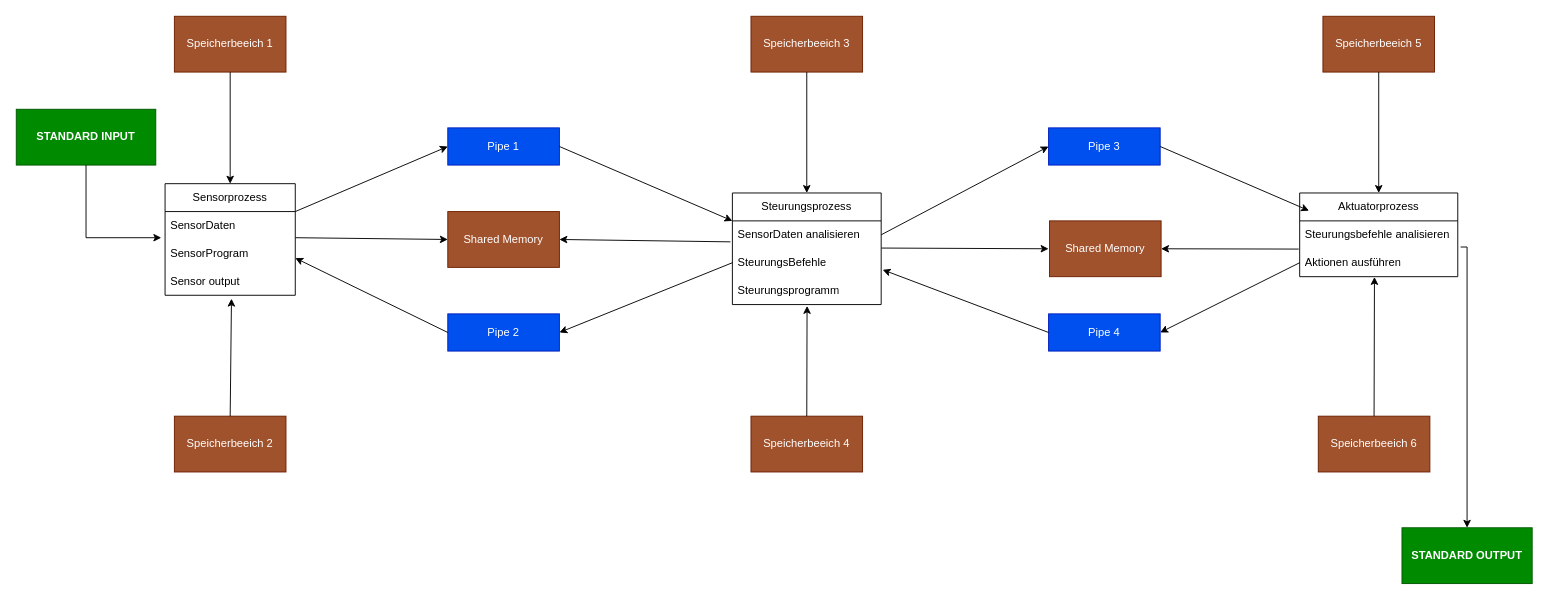
The draw.io diagram Architektur.drawio in franknganmo/sys_pro, before the edit. Source tidied: cells renumbered, new cells numbered last; positions are measured from the earlier drawing's top-left corner, leaving out a move shared by most shapes. Both pictures are drawn from the tidied source at 93%, with x=0, y=0 at pixel (16, 16).
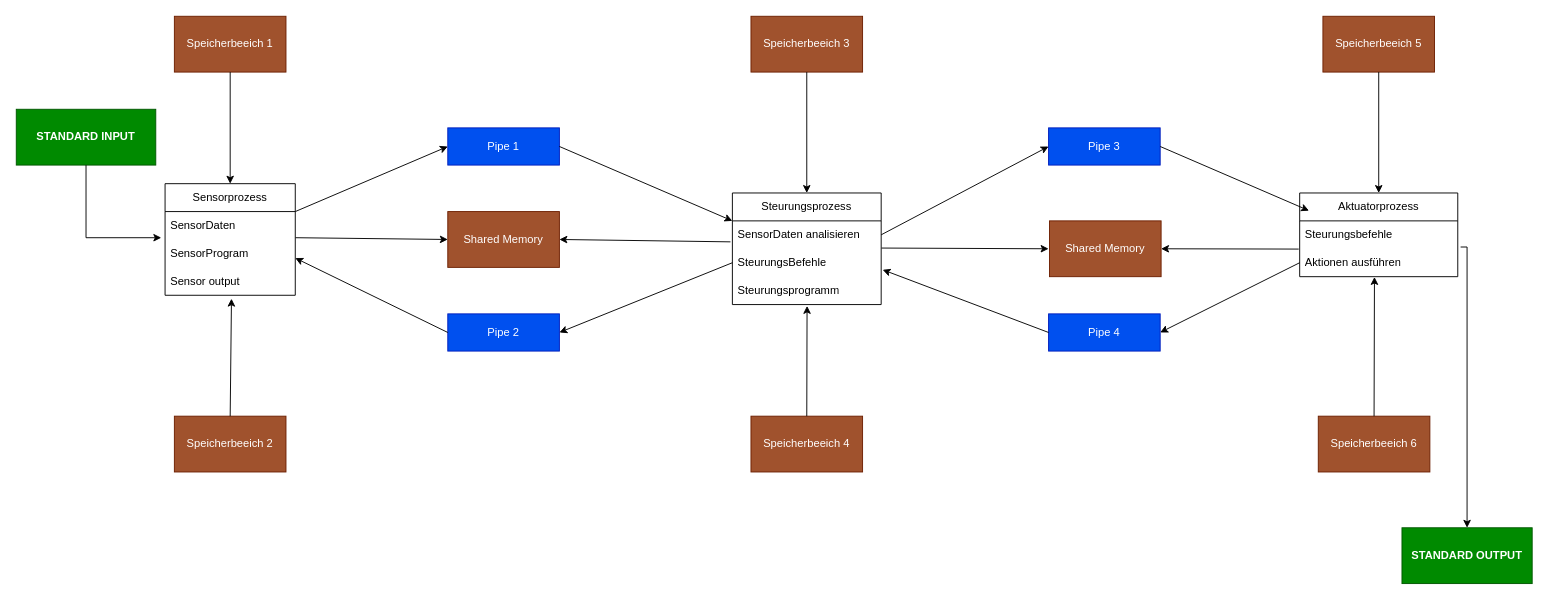
Above is the later version.

The change refers to these unchanged cells:
```xml
<mxCell id="10" value="Aktuatorprozess" style="swimlane;fontStyle=0;horizontal=1;startSize=30;whiteSpace=wrap;html=1;" parent="1" vertex="1">
  <mxGeometry x="1380" y="190" width="170" height="90" as="geometry" />
</mxCell>
```

What changed in the source:
```diff
@@
-    <mxCell id="11" value="Steurungsbefehle analisieren" style="text;strokeColor=none;fillColor=none;align=left;verticalAlign=middle;spacingLeft=4;spacingRight=4;overflow=hidden;whiteSpace=wrap;html=1;" parent="10" vertex="1">
+    <mxCell id="11" value="Steurungsbefehle&amp;nbsp;" style="text;strokeColor=none;fillColor=none;align=left;verticalAlign=middle;spacingLeft=4;spacingRight=4;overflow=hidden;whiteSpace=wrap;html=1;" parent="10" vertex="1">
       <mxGeometry y="30" width="170" height="30" as="geometry" />
     </mxCell>
```
